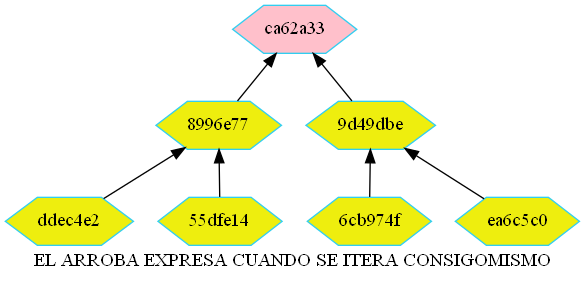
This is merkle.png from betebetoven/EDDS2F2, a Graphviz export, as it was before one commit. Its source is kept beside it as merkle.dot.
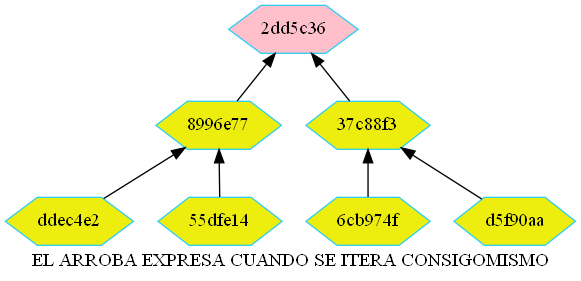
Later version of the same file.

What changed in the source:
```diff
@@ -9,9 +9,9 @@
 
 "ddec4e2" -> "8996e77"
 "55dfe14" -> "8996e77"
-"6cb974f" -> "9d49dbe"
-"ea6c5c0" -> "9d49dbe"
-"8996e77" -> "ca62a33"
-"9d49dbe" -> "ca62a33"
-"ca62a33"[fillcolor="pink"]
+"6cb974f" -> "37c88f3"
+"d5f90aa" -> "37c88f3"
+"8996e77" -> "2dd5c36"
+"37c88f3" -> "2dd5c36"
+"2dd5c36"[fillcolor="pink"]
 }
```
